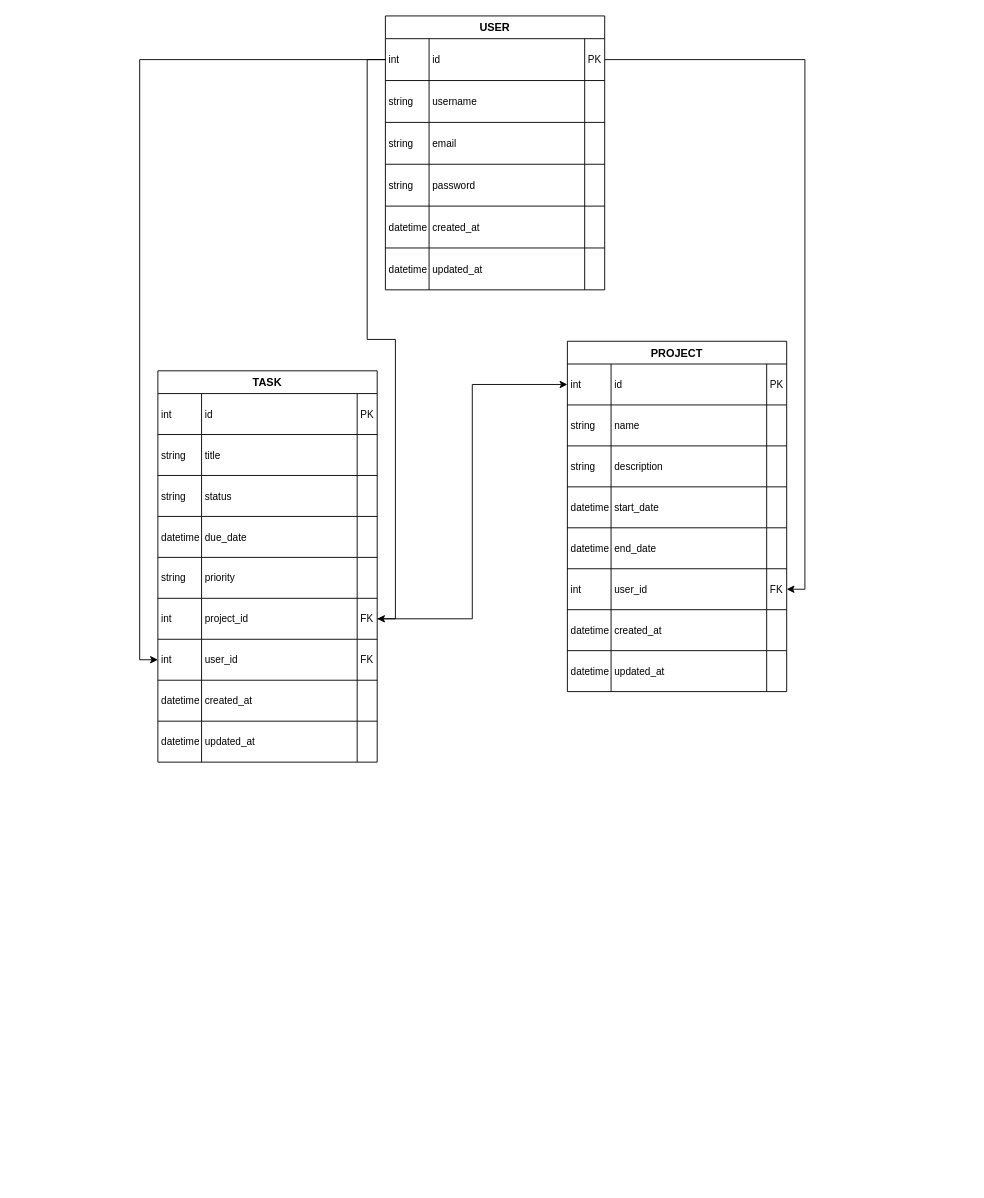
This is Untitled Diagram.drawio from gavin-ui/agusskuy, a draw.io file, before an edit. Source tidied: cells renumbered, new cells numbered last; positions are measured from the earlier drawing's top-left corner, leaving out a move shared by most shapes. Both pictures are drawn from the tidied source at 91%, with x=0, y=0 at pixel (157, 15).
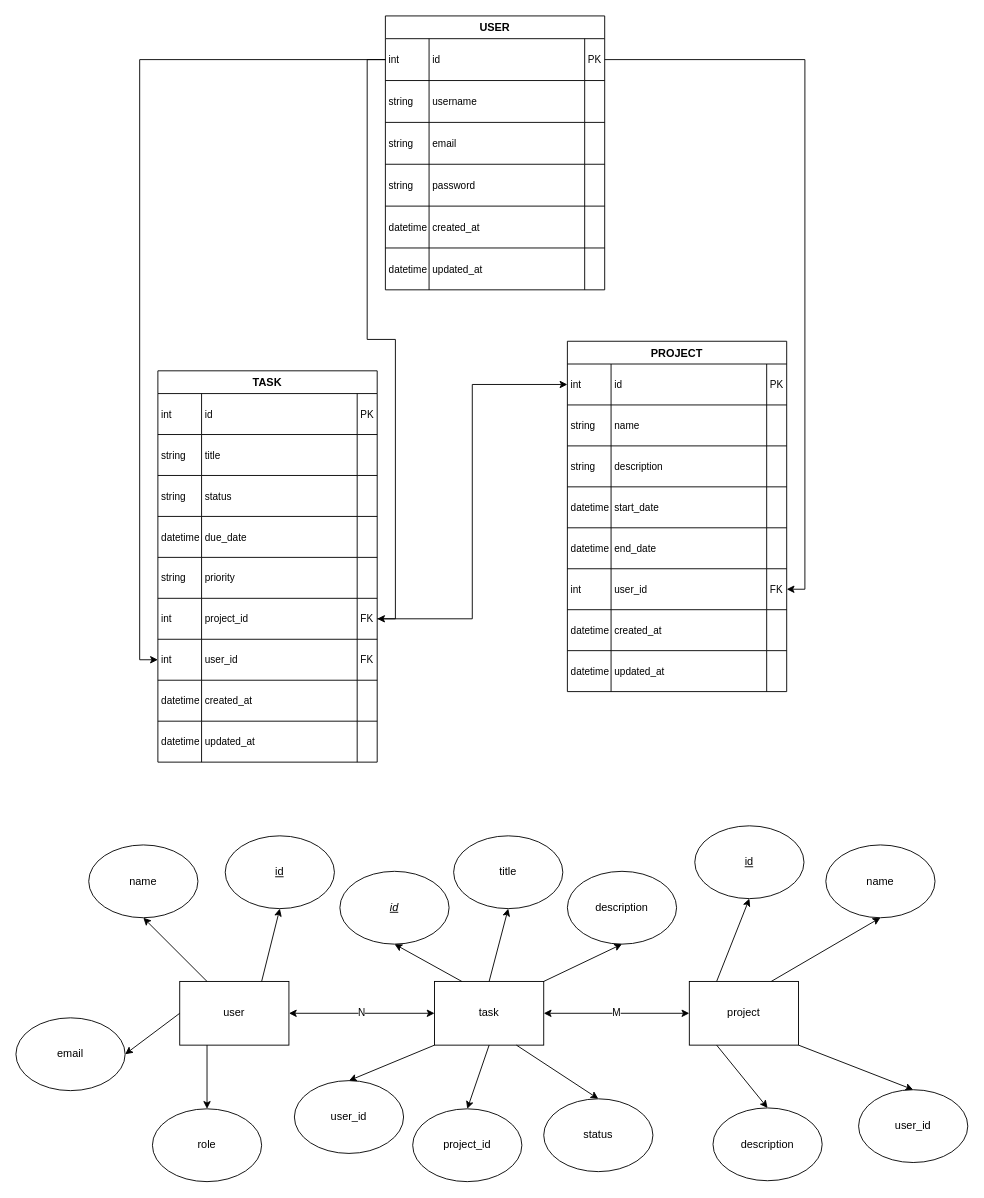
The same page after the edit.

What changed in the source:
```diff
@@
+    <mxCell id="101" value="task" style="rounded=0;whiteSpace=wrap;html=1;" parent="1" vertex="1">
+      <mxGeometry x="304" y="1061" width="120" height="70" as="geometry" />
+    </mxCell>
+    <mxCell id="102" value="user" style="rounded=0;whiteSpace=wrap;html=1;" parent="1" vertex="1">
+      <mxGeometry x="24" y="1061" width="120" height="70" as="geometry" />
+    </mxCell>
+    <mxCell id="103" value="project" style="rounded=0;whiteSpace=wrap;html=1;" parent="1" vertex="1">
+      <mxGeometry x="584" y="1061" width="120" height="70" as="geometry" />
+    </mxCell>
+    <mxCell id="104" value="N" style="endArrow=classic;startArrow=classic;html=1;rounded=0;exitX=1;exitY=0.5;exitDx=0;exitDy=0;entryX=0;entryY=0.5;entryDx=0;entryDy=0;" parent="1" edge="1" source="102" target="101">
+      <mxGeometry relative="1" as="geometry" />
+    </mxCell>
+    <mxCell id="105" value="M" style="endArrow=classic;startArrow=classic;html=1;rounded=0;exitX=1;exitY=0.5;exitDx=0;exitDy=0;entryX=0;entryY=0.5;entryDx=0;entryDy=0;" parent="1" edge="1" source="101" target="103">
+      <mxGeometry relative="1" as="geometry" />
+    </mxCell>
+    <mxCell id="106" style="endArrow=classic;html=1;rounded=0;exitX=0.75;exitY=0;exitDx=0;exitDy=0;entryX=0.5;entryY=1;entryDx=0;entryDy=0;" parent="1" edge="1" source="102" target="107">
+      <mxGeometry relative="1" as="geometry" />
+    </mxCell>
+    <mxCell id="107" value="id" style="ellipse;whiteSpace=wrap;html=1;fontStyle=4;" parent="1" vertex="1">
+      <mxGeometry x="74" y="901" width="120" height="80" as="geometry" />
+    </mxCell>
+    <mxCell id="108" style="endArrow=classic;html=1;rounded=0;exitX=0.25;exitY=0;exitDx=0;exitDy=0;entryX=0.5;entryY=1;entryDx=0;entryDy=0;" parent="1" edge="1" source="102" target="109">
+      <mxGeometry relative="1" as="geometry" />
+    </mxCell>
+    <mxCell id="109" value="name" style="ellipse;whiteSpace=wrap;html=1;" parent="1" vertex="1">
+      <mxGeometry x="-76" y="911" width="120" height="80" as="geometry" />
+    </mxCell>
+    <mxCell id="110" style="endArrow=classic;html=1;rounded=0;exitX=0;exitY=0.5;exitDx=0;exitDy=0;entryX=1;entryY=0.5;entryDx=0;entryDy=0;" parent="1" edge="1" source="102" target="111">
+      <mxGeometry relative="1" as="geometry" />
+    </mxCell>
+    <mxCell id="111" value="email" style="ellipse;whiteSpace=wrap;html=1;" parent="1" vertex="1">
+      <mxGeometry x="-156" y="1101" width="120" height="80" as="geometry" />
+    </mxCell>
+    <mxCell id="112" style="endArrow=classic;html=1;rounded=0;exitX=0.25;exitY=1;exitDx=0;exitDy=0;entryX=0.5;entryY=0;entryDx=0;entryDy=0;" parent="1" edge="1" source="102" target="113">
+      <mxGeometry relative="1" as="geometry" />
+    </mxCell>
+    <mxCell id="113" value="role" style="ellipse;whiteSpace=wrap;html=1;" parent="1" vertex="1">
+      <mxGeometry x="-6" y="1201" width="120" height="80" as="geometry" />
+    </mxCell>
+    <mxCell id="114" style="endArrow=classic;html=1;rounded=0;entryX=0.5;entryY=1;entryDx=0;entryDy=0;exitX=0.25;exitY=0;exitDx=0;exitDy=0;" parent="1" edge="1" source="101" target="115">
+      <mxGeometry relative="1" as="geometry" />
+    </mxCell>
+    <mxCell id="115" value="&lt;i&gt;&lt;u&gt;id&lt;/u&gt;&lt;/i&gt;" style="ellipse;whiteSpace=wrap;html=1;" parent="1" vertex="1">
+      <mxGeometry x="200" y="940" width="120" height="80" as="geometry" />
+    </mxCell>
+    <mxCell id="116" style="endArrow=classic;html=1;rounded=0;entryX=0.5;entryY=1;entryDx=0;entryDy=0;exitX=0.75;exitY=0;exitDx=0;exitDy=0;" parent="1" edge="1" source="103" target="117">
+      <mxGeometry relative="1" as="geometry" />
+    </mxCell>
+    <mxCell id="117" value="name" style="ellipse;whiteSpace=wrap;html=1;" parent="1" vertex="1">
+      <mxGeometry x="734" y="911" width="120" height="80" as="geometry" />
+    </mxCell>
+    <mxCell id="118" style="endArrow=classic;html=1;rounded=0;entryX=0.5;entryY=0;entryDx=0;entryDy=0;exitX=0.25;exitY=1;exitDx=0;exitDy=0;" parent="1" edge="1" source="103" target="119">
+      <mxGeometry relative="1" as="geometry" />
+    </mxCell>
+    <mxCell id="119" value="description" style="ellipse;whiteSpace=wrap;html=1;" parent="1" vertex="1">
+      <mxGeometry x="610" y="1200" width="120" height="80" as="geometry" />
+    </mxCell>
+    <mxCell id="120" style="endArrow=classic;html=1;rounded=0;entryX=0.5;entryY=0;entryDx=0;entryDy=0;exitX=1;exitY=1;exitDx=0;exitDy=0;" parent="1" edge="1" source="103" target="121">
+      <mxGeometry relative="1" as="geometry" />
+    </mxCell>
+    <mxCell id="121" value="user_id" style="ellipse;whiteSpace=wrap;html=1;" parent="1" vertex="1">
+      <mxGeometry x="770" y="1180" width="120" height="80" as="geometry" />
+    </mxCell>
+    <mxCell id="122" style="endArrow=classic;html=1;rounded=0;exitX=0.25;exitY=0;exitDx=0;exitDy=0;entryX=0.5;entryY=1;entryDx=0;entryDy=0;" parent="1" edge="1" source="103" target="123">
+      <mxGeometry relative="1" as="geometry" />
+    </mxCell>
+    <mxCell id="123" value="&lt;u&gt;id&lt;/u&gt;" style="ellipse;whiteSpace=wrap;html=1;" parent="1" vertex="1">
+      <mxGeometry x="590" y="890" width="120" height="80" as="geometry" />
+    </mxCell>
+    <mxCell id="124" style="endArrow=classic;html=1;rounded=0;exitX=0.5;exitY=0;exitDx=0;exitDy=0;entryX=0.5;entryY=1;entryDx=0;entryDy=0;" parent="1" edge="1" source="101" target="125">
+      <mxGeometry relative="1" as="geometry" />
+    </mxCell>
+    <mxCell id="125" value="title" style="ellipse;whiteSpace=wrap;html=1;" parent="1" vertex="1">
+      <mxGeometry x="325" y="901" width="120" height="80" as="geometry" />
+    </mxCell>
+    <mxCell id="126" style="endArrow=classic;html=1;rounded=0;exitX=1;exitY=0;exitDx=0;exitDy=0;entryX=0.5;entryY=1;entryDx=0;entryDy=0;" parent="1" edge="1" source="101" target="127">
+      <mxGeometry relative="1" as="geometry" />
+    </mxCell>
+    <mxCell id="127" value="description" style="ellipse;whiteSpace=wrap;html=1;" parent="1" vertex="1">
+      <mxGeometry x="450" y="940" width="120" height="80" as="geometry" />
+    </mxCell>
+    <mxCell id="128" style="endArrow=classic;html=1;rounded=0;exitX=0.75;exitY=1;exitDx=0;exitDy=0;entryX=0.5;entryY=0;entryDx=0;entryDy=0;" parent="1" edge="1" source="101" target="129">
+      <mxGeometry relative="1" as="geometry" />
+    </mxCell>
+    <mxCell id="129" value="status" style="ellipse;whiteSpace=wrap;html=1;" parent="1" vertex="1">
+      <mxGeometry x="424" y="1190" width="120" height="80" as="geometry" />
+    </mxCell>
+    <mxCell id="130" style="endArrow=classic;html=1;rounded=0;exitX=0.5;exitY=1;exitDx=0;exitDy=0;entryX=0.5;entryY=0;entryDx=0;entryDy=0;" parent="1" edge="1" source="101" target="132">
+      <mxGeometry relative="1" as="geometry" />
+    </mxCell>
+    <mxCell id="131" style="endArrow=classic;html=1;rounded=0;exitX=0;exitY=1;exitDx=0;exitDy=0;entryX=0.5;entryY=0;entryDx=0;entryDy=0;" parent="1" edge="1" source="101" target="133">
+      <mxGeometry relative="1" as="geometry" />
+    </mxCell>
+    <mxCell id="132" value="project_id" style="ellipse;whiteSpace=wrap;html=1;" parent="1" vertex="1">
+      <mxGeometry x="280" y="1201" width="120" height="80" as="geometry" />
+    </mxCell>
+    <mxCell id="133" value="user_id" style="ellipse;whiteSpace=wrap;html=1;" parent="1" vertex="1">
+      <mxGeometry x="150" y="1170" width="120" height="80" as="geometry" />
+    </mxCell>
```
